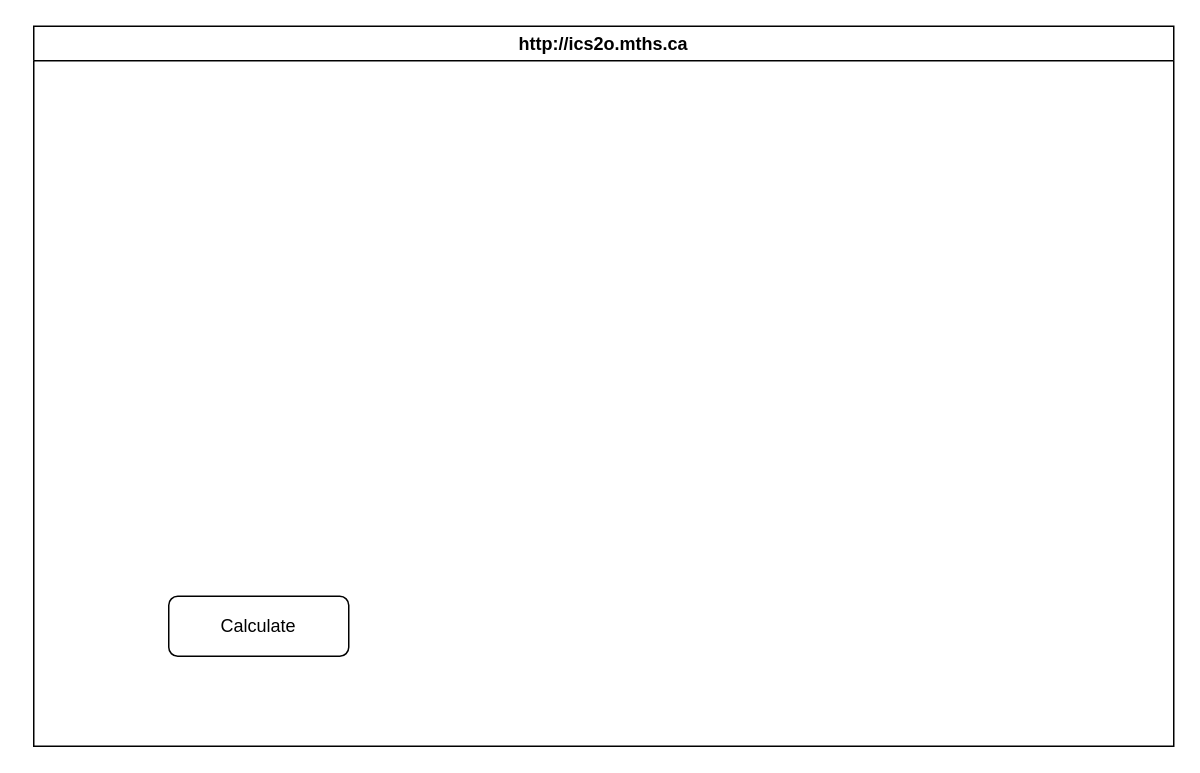
This is design/storyboard.drawio from MTHS-ICS2O-2-2022/ICS2O-Unit-3-01-Fares-Abdelkader, a draw.io file, before an edit. Source tidied: cells renumbered, new cells numbered last; positions are measured from the earlier drawing's top-left corner, leaving out a move shared by most shapes. Both pictures are drawn from the tidied source at 150%, with x=0, y=0 at pixel (33, 26).
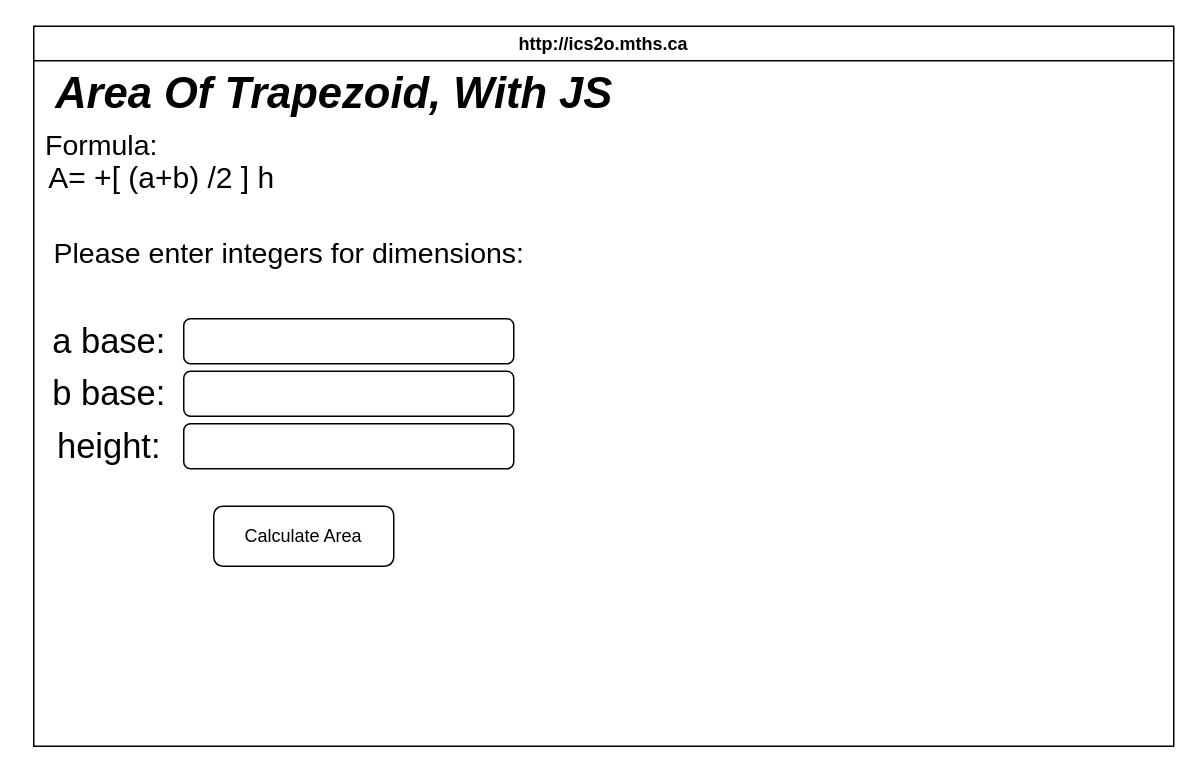
After the change.

Diff of the diagram source:
```diff
@@
 <mxGraphModel>
   <root>
     <mxCell id="0" />
     <mxCell id="1" parent="0" />
     <mxCell id="2" value="http://ics2o.mths.ca" style="swimlane;whiteSpace=wrap;html=1;" parent="1" vertex="1">
       <mxGeometry width="760" height="480" as="geometry" />
     </mxCell>
-    <mxCell id="3" value="Calculate" style="rounded=1;whiteSpace=wrap;html=1;" parent="2" vertex="1">
-      <mxGeometry x="90" y="380" width="120" height="40" as="geometry" />
+    <mxCell id="3" value="Calculate Area" style="rounded=1;whiteSpace=wrap;html=1;" parent="2" vertex="1">
+      <mxGeometry x="120" y="320" width="120" height="40" as="geometry" />
     </mxCell>
+    <mxCell id="4" style="rounded=1;whiteSpace=wrap;html=1;" parent="2" vertex="1">
+      <mxGeometry x="100" y="195" width="220" height="30" as="geometry" />
+    </mxCell>
+    <mxCell id="5" value="&lt;font size=&quot;1&quot; style=&quot;&quot;&gt;&lt;b style=&quot;&quot;&gt;&lt;i style=&quot;font-size: 29px;&quot;&gt;Area Of Trapezoid, With JS&lt;/i&gt;&lt;/b&gt;&lt;/font&gt;" style="text;html=1;align=center;verticalAlign=middle;strokeColor=none;fillColor=none;strokeWidth=1;" parent="2" vertex="1">
+      <mxGeometry y="20" width="400" height="50" as="geometry" />
+    </mxCell>
+    <mxCell id="6" value="&lt;font style=&quot;font-size: 19px;&quot;&gt;Formula:&lt;/font&gt;" style="text;html=1;align=center;verticalAlign=middle;strokeColor=none;fillColor=none;fontSize=31;" parent="2" vertex="1">
+      <mxGeometry x="-5" y="50" width="100" height="50" as="geometry" />
+    </mxCell>
+    <mxCell id="7" value="&lt;font style=&quot;font-size: 20px;&quot;&gt;A= +[ (a+b) /2 ] h&lt;/font&gt;" style="text;html=1;align=center;verticalAlign=middle;strokeColor=none;fillColor=none;fontSize=24;" parent="2" vertex="1">
+      <mxGeometry x="-5" y="80" width="180" height="40" as="geometry" />
+    </mxCell>
+    <mxCell id="8" value="&lt;font style=&quot;font-size: 19px;&quot;&gt;Please enter integers for dimensions:&lt;/font&gt;" style="text;html=1;align=center;verticalAlign=middle;strokeColor=none;fillColor=none;fontSize=23;" parent="2" vertex="1">
+      <mxGeometry y="130" width="340" height="40" as="geometry" />
+    </mxCell>
+    <mxCell id="9" value="a base:" style="text;html=1;align=center;verticalAlign=middle;strokeColor=none;fillColor=none;fontSize=23;" parent="2" vertex="1">
+      <mxGeometry y="190" width="100" height="40" as="geometry" />
+    </mxCell>
+    <mxCell id="10" style="rounded=1;whiteSpace=wrap;html=1;strokeWidth=1;fontSize=23;" parent="2" vertex="1">
+      <mxGeometry x="100" y="230" width="220" height="30" as="geometry" />
+    </mxCell>
+    <mxCell id="11" value="b base:" style="text;html=1;align=center;verticalAlign=middle;strokeColor=none;fillColor=none;fontSize=23;" parent="2" vertex="1">
+      <mxGeometry y="225" width="100" height="40" as="geometry" />
+    </mxCell>
+    <mxCell id="12" value="height:" style="text;html=1;align=center;verticalAlign=middle;strokeColor=none;fillColor=none;fontSize=23;" parent="2" vertex="1">
+      <mxGeometry x="5" y="260" width="90" height="40" as="geometry" />
+    </mxCell>
+    <mxCell id="13" style="rounded=1;whiteSpace=wrap;html=1;strokeWidth=1;fontSize=23;" parent="2" vertex="1">
+      <mxGeometry x="100" y="265" width="220" height="30" as="geometry" />
+    </mxCell>
   </root>
 </mxGraphModel>
```
